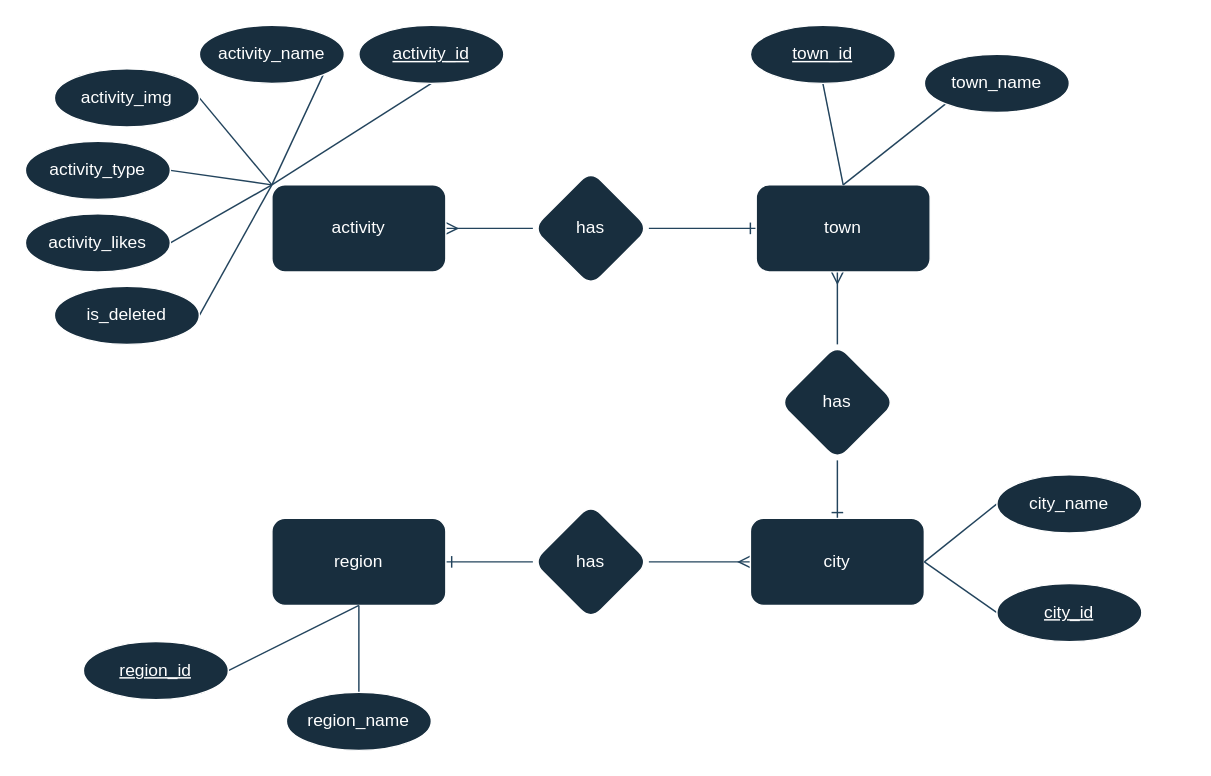
The draw.io diagram BBDD/CAMPER OS.drawio in Kaostiko/CAMPEROS, before the edit. Source tidied: cells renumbered, new cells numbered last; positions are measured from the earlier drawing's top-left corner, leaving out a move shared by most shapes. Both pictures are drawn from the tidied source at 145%, with x=0, y=0 at pixel (25, 25).
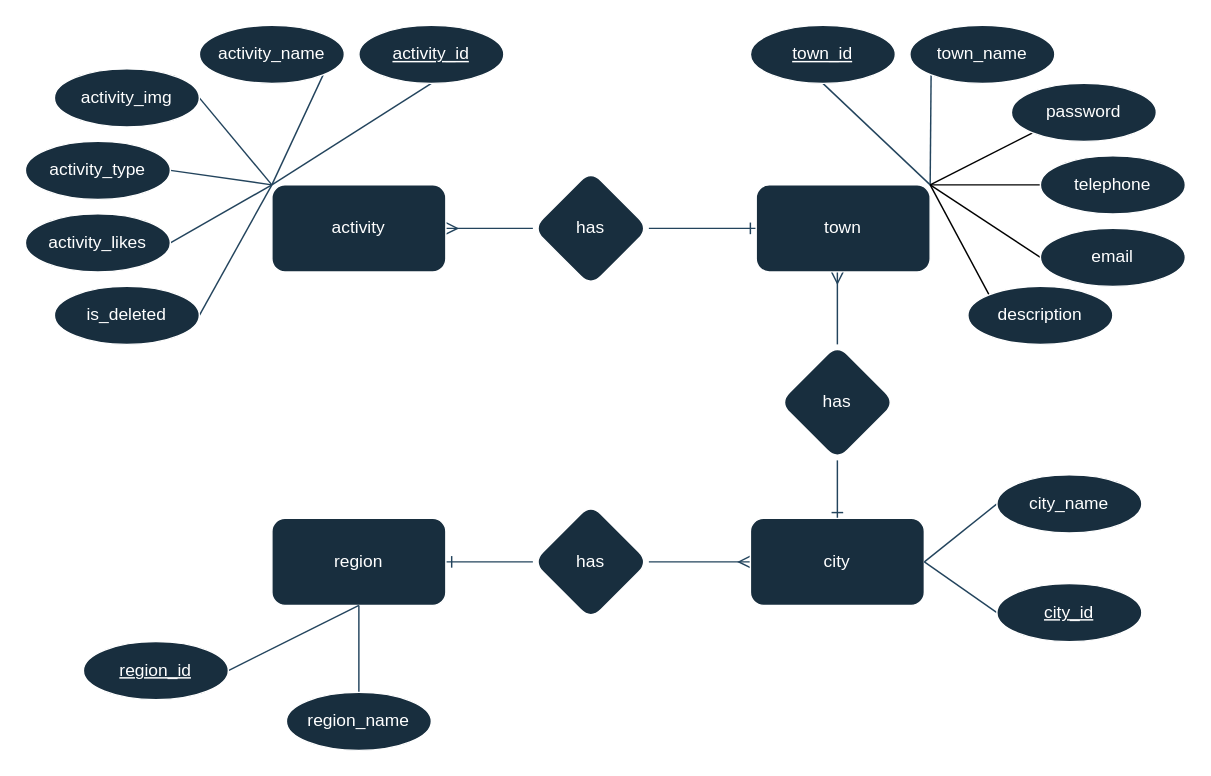
Above is the later version.

The change refers to these unchanged cells:
```xml
<mxCell id="11" value="town" style="whiteSpace=wrap;html=1;rounded=1;labelBackgroundColor=none;fillColor=#182E3E;strokeColor=#FFFFFF;fontColor=#FFFFFF;" parent="1" vertex="1">
  <mxGeometry x="504" y="110" width="120" height="60" as="geometry" />
</mxCell>
<mxCell id="13" value="town_id" style="ellipse;whiteSpace=wrap;html=1;align=center;fontStyle=4;rounded=1;labelBackgroundColor=none;fillColor=#182E3E;strokeColor=#FFFFFF;fontColor=#FFFFFF;" parent="1" vertex="1">
  <mxGeometry x="500" width="100" height="40" as="geometry" />
</mxCell>
```

Change to the diagram source:
```diff
@@
-    <mxCell id="12" style="edgeStyle=none;shape=connector;rounded=1;jettySize=auto;html=1;exitX=0.5;exitY=1;exitDx=0;exitDy=0;labelBackgroundColor=none;strokeColor=#23445D;fontFamily=Helvetica;fontSize=11;fontColor=default;endArrow=none;endFill=0;entryX=0.5;entryY=0;entryDx=0;entryDy=0;" parent="1" edge="1" source="13" target="11">
+    <mxCell id="12" style="edgeStyle=none;shape=connector;rounded=1;jettySize=auto;html=1;exitX=0.5;exitY=1;exitDx=0;exitDy=0;labelBackgroundColor=none;strokeColor=#23445D;fontFamily=Helvetica;fontSize=11;fontColor=default;endArrow=none;endFill=0;entryX=1;entryY=0;entryDx=0;entryDy=0;" parent="1" edge="1" source="13" target="11">
       <mxGeometry relative="1" as="geometry" />
     </mxCell>
@@
-    <mxCell id="23" style="edgeStyle=none;shape=connector;rounded=1;jettySize=auto;html=1;exitX=0;exitY=1;exitDx=0;exitDy=0;entryX=0.5;entryY=0;entryDx=0;entryDy=0;labelBackgroundColor=none;strokeColor=#23445D;fontFamily=Helvetica;fontSize=11;fontColor=default;endArrow=none;endFill=0;" parent="1" edge="1" source="24" target="11">
+    <mxCell id="23" style="edgeStyle=none;shape=connector;rounded=1;jettySize=auto;html=1;exitX=0;exitY=1;exitDx=0;exitDy=0;entryX=1;entryY=0;entryDx=0;entryDy=0;labelBackgroundColor=none;strokeColor=#23445D;fontFamily=Helvetica;fontSize=11;fontColor=default;endArrow=none;endFill=0;" parent="1" edge="1" source="24" target="11">
       <mxGeometry relative="1" as="geometry" />
     </mxCell>
     <mxCell id="24" value="town_name" style="ellipse;whiteSpace=wrap;html=1;align=center;rounded=1;labelBackgroundColor=none;fillColor=#182E3E;strokeColor=#FFFFFF;fontColor=#FFFFFF;" parent="1" vertex="1">
-      <mxGeometry x="620" y="20" width="100" height="40" as="geometry" />
+      <mxGeometry x="610" width="100" height="40" as="geometry" />
     </mxCell>
@@
+    <mxCell id="40" style="rounded=0;jettySize=auto;html=1;exitX=0;exitY=1;exitDx=0;exitDy=0;entryX=1;entryY=0;entryDx=0;entryDy=0;endArrow=none;endFill=0;" parent="1" edge="1" source="41" target="11">
+      <mxGeometry relative="1" as="geometry" />
+    </mxCell>
+    <mxCell id="41" value="password" style="ellipse;whiteSpace=wrap;html=1;align=center;rounded=1;labelBackgroundColor=none;fillColor=#182E3E;strokeColor=#FFFFFF;fontColor=#FFFFFF;" parent="1" vertex="1">
+      <mxGeometry x="680" y="40" width="100" height="40" as="geometry" />
+    </mxCell>
+    <mxCell id="42" style="edgeStyle=none;shape=connector;rounded=0;jettySize=auto;html=1;exitX=0;exitY=0.5;exitDx=0;exitDy=0;entryX=1;entryY=0;entryDx=0;entryDy=0;labelBackgroundColor=default;strokeColor=default;fontFamily=Helvetica;fontSize=11;fontColor=default;endArrow=none;endFill=0;" parent="1" edge="1" source="43" target="11">
+      <mxGeometry relative="1" as="geometry" />
+    </mxCell>
+    <mxCell id="43" value="telephone" style="ellipse;whiteSpace=wrap;html=1;align=center;rounded=1;labelBackgroundColor=none;fillColor=#182E3E;strokeColor=#FFFFFF;fontColor=#FFFFFF;" parent="1" vertex="1">
+      <mxGeometry x="700" y="90" width="100" height="40" as="geometry" />
+    </mxCell>
+    <mxCell id="44" style="edgeStyle=none;shape=connector;rounded=0;jettySize=auto;html=1;exitX=0;exitY=0.5;exitDx=0;exitDy=0;entryX=1;entryY=0;entryDx=0;entryDy=0;labelBackgroundColor=default;strokeColor=default;fontFamily=Helvetica;fontSize=11;fontColor=default;endArrow=none;endFill=0;" parent="1" edge="1" source="45" target="11">
+      <mxGeometry relative="1" as="geometry" />
+    </mxCell>
+    <mxCell id="45" value="email" style="ellipse;whiteSpace=wrap;html=1;align=center;rounded=1;labelBackgroundColor=none;fillColor=#182E3E;strokeColor=#FFFFFF;fontColor=#FFFFFF;" parent="1" vertex="1">
+      <mxGeometry x="700" y="140" width="100" height="40" as="geometry" />
+    </mxCell>
+    <mxCell id="46" style="edgeStyle=none;shape=connector;rounded=0;jettySize=auto;html=1;exitX=0;exitY=0;exitDx=0;exitDy=0;entryX=1;entryY=0;entryDx=0;entryDy=0;labelBackgroundColor=default;strokeColor=default;fontFamily=Helvetica;fontSize=11;fontColor=default;endArrow=none;endFill=0;" parent="1" edge="1" source="47" target="11">
+      <mxGeometry relative="1" as="geometry" />
+    </mxCell>
+    <mxCell id="47" value="description" style="ellipse;whiteSpace=wrap;html=1;align=center;rounded=1;labelBackgroundColor=none;fillColor=#182E3E;strokeColor=#FFFFFF;fontColor=#FFFFFF;" parent="1" vertex="1">
+      <mxGeometry x="650" y="180" width="100" height="40" as="geometry" />
+    </mxCell>
```
